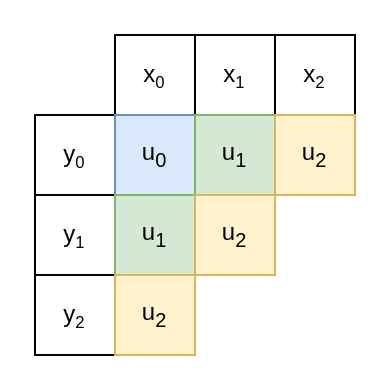
Lavode/41862-seminar-advanced-algorithms keeps this draw.io diagram as resources/halfcyclic_convolution.drawio. Above is the earlier version. Source tidied: cells renumbered, new cells numbered last; positions are measured from the earlier drawing's top-left corner, leaving out a move shared by most shapes. Both pictures are drawn from the tidied source at 200%, with x=0, y=0 at pixel (34, 34).
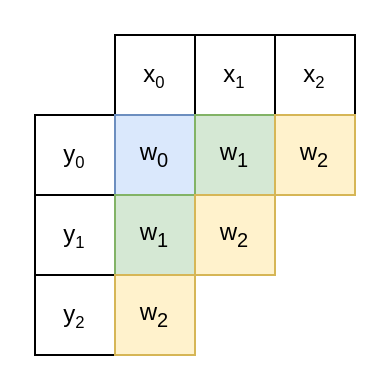
The same diagram, later.

Diff of the diagram source:
```diff
@@
 <mxGraphModel>
   <root>
     <mxCell id="0" />
     <mxCell id="1" parent="0" />
     <mxCell id="2" value="x&lt;span style=&quot;font-size: 10px&quot;&gt;&lt;sub&gt;0&lt;/sub&gt;&lt;/span&gt;" style="rounded=0;whiteSpace=wrap;html=1;" parent="1" vertex="1">
       <mxGeometry x="40" width="40" height="40" as="geometry" />
     </mxCell>
     <mxCell id="3" value="&lt;span&gt;x&lt;/span&gt;&lt;span style=&quot;font-size: 10px&quot;&gt;&lt;sub&gt;1&lt;/sub&gt;&lt;/span&gt;" style="rounded=0;whiteSpace=wrap;html=1;" parent="1" vertex="1">
       <mxGeometry x="80" width="40" height="40" as="geometry" />
     </mxCell>
     <mxCell id="4" value="&lt;span&gt;x&lt;/span&gt;&lt;span style=&quot;font-size: 10px&quot;&gt;&lt;sub&gt;2&lt;/sub&gt;&lt;/span&gt;" style="rounded=0;whiteSpace=wrap;html=1;" parent="1" vertex="1">
       <mxGeometry x="120" width="40" height="40" as="geometry" />
     </mxCell>
     <mxCell id="5" value="y&lt;span style=&quot;font-size: 10px&quot;&gt;&lt;sub&gt;0&lt;/sub&gt;&lt;/span&gt;" style="rounded=0;whiteSpace=wrap;html=1;" parent="1" vertex="1">
       <mxGeometry y="40" width="40" height="40" as="geometry" />
     </mxCell>
     <mxCell id="6" value="&lt;span&gt;y&lt;/span&gt;&lt;span style=&quot;font-size: 10px&quot;&gt;&lt;sub&gt;1&lt;/sub&gt;&lt;/span&gt;" style="rounded=0;whiteSpace=wrap;html=1;" parent="1" vertex="1">
       <mxGeometry y="80" width="40" height="40" as="geometry" />
     </mxCell>
     <mxCell id="7" value="&lt;span&gt;y&lt;/span&gt;&lt;span style=&quot;font-size: 10px&quot;&gt;&lt;sub&gt;2&lt;/sub&gt;&lt;/span&gt;" style="rounded=0;whiteSpace=wrap;html=1;" parent="1" vertex="1">
       <mxGeometry y="120" width="40" height="40" as="geometry" />
     </mxCell>
-    <mxCell id="8" value="&lt;span style=&quot;font-size: 12px&quot;&gt;u&lt;/span&gt;&lt;sub&gt;0&lt;/sub&gt;" style="rounded=0;whiteSpace=wrap;html=1;fillColor=#dae8fc;strokeColor=#6c8ebf;" parent="1" vertex="1">
+    <mxCell id="8" value="&lt;span style=&quot;font-size: 12px&quot;&gt;w&lt;/span&gt;&lt;sub&gt;0&lt;/sub&gt;" style="rounded=0;whiteSpace=wrap;html=1;fillColor=#dae8fc;strokeColor=#6c8ebf;" parent="1" vertex="1">
       <mxGeometry x="40" y="40" width="40" height="40" as="geometry" />
     </mxCell>
-    <mxCell id="9" value="&lt;span style=&quot;font-size: 12px&quot;&gt;u&lt;/span&gt;&lt;sub&gt;1&lt;/sub&gt;" style="rounded=0;whiteSpace=wrap;html=1;fillColor=#d5e8d4;strokeColor=#82b366;" parent="1" vertex="1">
+    <mxCell id="9" value="&lt;span style=&quot;font-size: 12px&quot;&gt;w&lt;/span&gt;&lt;sub&gt;1&lt;/sub&gt;" style="rounded=0;whiteSpace=wrap;html=1;fillColor=#d5e8d4;strokeColor=#82b366;" parent="1" vertex="1">
       <mxGeometry x="80" y="40" width="40" height="40" as="geometry" />
     </mxCell>
-    <mxCell id="10" value="&lt;span style=&quot;font-size: 12px&quot;&gt;u&lt;/span&gt;&lt;sub&gt;1&lt;/sub&gt;" style="rounded=0;whiteSpace=wrap;html=1;fillColor=#d5e8d4;strokeColor=#82b366;" parent="1" vertex="1">
+    <mxCell id="10" value="&lt;span style=&quot;font-size: 12px&quot;&gt;w&lt;/span&gt;&lt;sub&gt;1&lt;/sub&gt;" style="rounded=0;whiteSpace=wrap;html=1;fillColor=#d5e8d4;strokeColor=#82b366;" parent="1" vertex="1">
       <mxGeometry x="40" y="80" width="40" height="40" as="geometry" />
     </mxCell>
-    <mxCell id="11" value="&lt;span style=&quot;font-size: 12px&quot;&gt;u&lt;/span&gt;&lt;sub&gt;2&lt;/sub&gt;" style="rounded=0;whiteSpace=wrap;html=1;fillColor=#fff2cc;strokeColor=#d6b656;" parent="1" vertex="1">
+    <mxCell id="11" value="&lt;span style=&quot;font-size: 12px&quot;&gt;w&lt;/span&gt;&lt;sub&gt;2&lt;/sub&gt;" style="rounded=0;whiteSpace=wrap;html=1;fillColor=#fff2cc;strokeColor=#d6b656;" parent="1" vertex="1">
       <mxGeometry x="120" y="40" width="40" height="40" as="geometry" />
     </mxCell>
-    <mxCell id="12" value="&lt;span style=&quot;font-size: 12px&quot;&gt;u&lt;/span&gt;&lt;sub&gt;2&lt;/sub&gt;" style="rounded=0;whiteSpace=wrap;html=1;fillColor=#fff2cc;strokeColor=#d6b656;" parent="1" vertex="1">
+    <mxCell id="12" value="&lt;span style=&quot;font-size: 12px&quot;&gt;w&lt;/span&gt;&lt;sub&gt;2&lt;/sub&gt;" style="rounded=0;whiteSpace=wrap;html=1;fillColor=#fff2cc;strokeColor=#d6b656;" parent="1" vertex="1">
       <mxGeometry x="80" y="80" width="40" height="40" as="geometry" />
     </mxCell>
-    <mxCell id="13" value="&lt;span style=&quot;font-size: 12px&quot;&gt;u&lt;/span&gt;&lt;sub&gt;2&lt;/sub&gt;" style="rounded=0;whiteSpace=wrap;html=1;fillColor=#fff2cc;strokeColor=#d6b656;" parent="1" vertex="1">
+    <mxCell id="13" value="&lt;span style=&quot;font-size: 12px&quot;&gt;w&lt;/span&gt;&lt;sub&gt;2&lt;/sub&gt;" style="rounded=0;whiteSpace=wrap;html=1;fillColor=#fff2cc;strokeColor=#d6b656;" parent="1" vertex="1">
       <mxGeometry x="40" y="120" width="40" height="40" as="geometry" />
     </mxCell>
   </root>
 </mxGraphModel>
```
